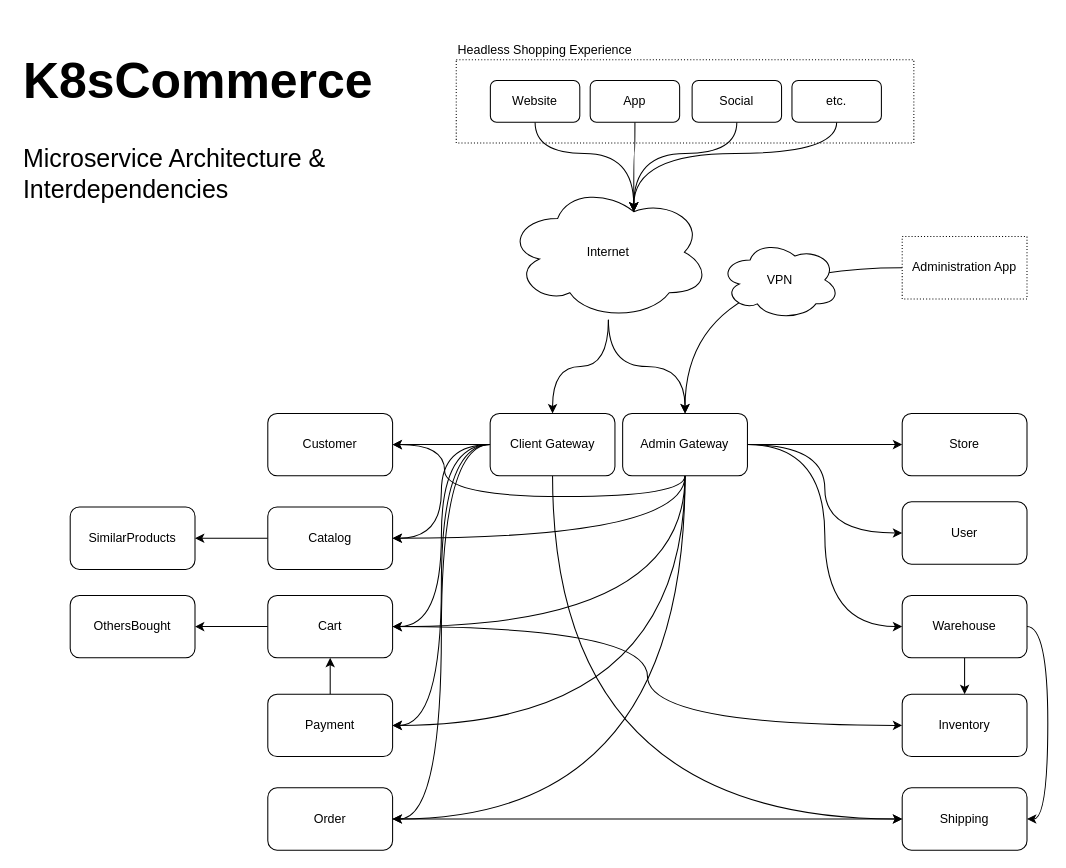
This is docs/K8sCommerce Overview.drawio from k8scommerce/k8scommerce, a draw.io file, before an edit. Source tidied: cells renumbered, new cells numbered last; positions are measured from the earlier drawing's top-left corner, leaving out a move shared by most shapes. Both pictures are drawn from the tidied source at 104%, with x=0, y=0 at pixel (18, 28).
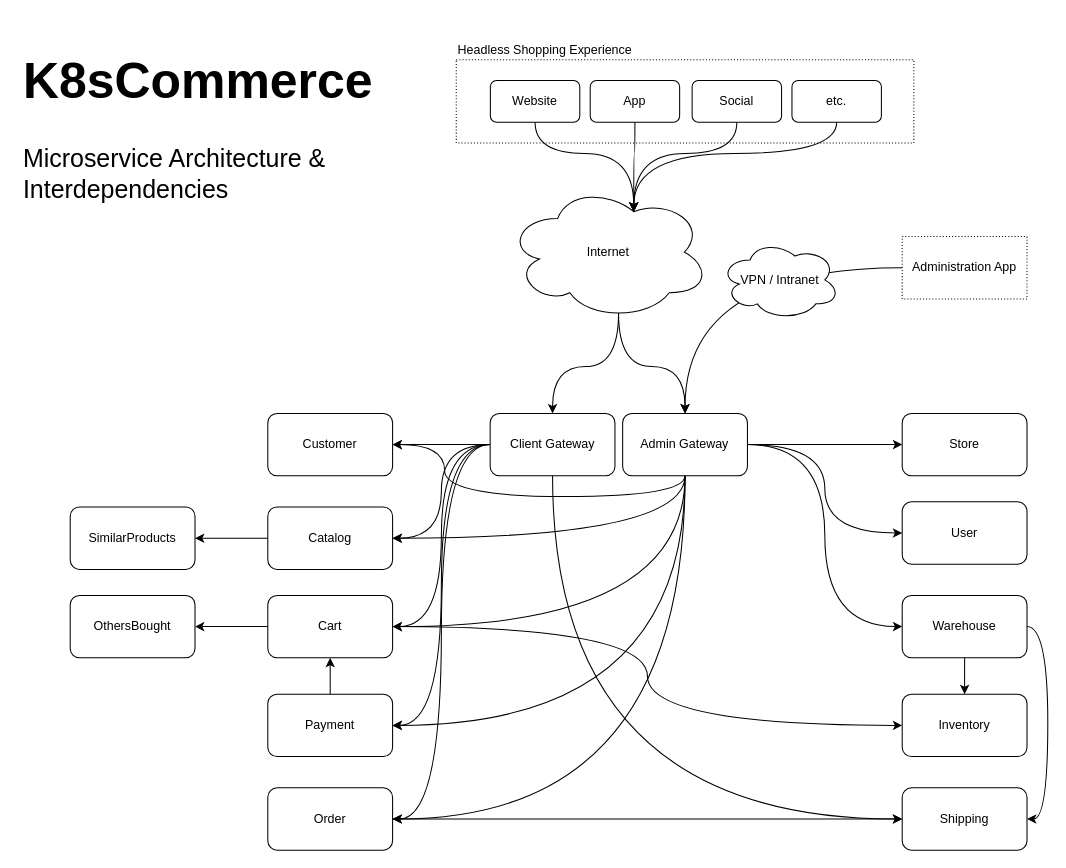
After the change.

The change refers to these unchanged cells:
```xml
<mxCell id="9" value="Client Gateway" style="rounded=1;whiteSpace=wrap;html=1;" parent="1" vertex="1">
  <mxGeometry x="453.8" y="370" width="120" height="60" as="geometry" />
</mxCell>
<mxCell id="12" value="Internet" style="ellipse;shape=cloud;whiteSpace=wrap;html=1;rounded=1;" parent="1" vertex="1">
  <mxGeometry x="470" y="150" width="195" height="130" as="geometry" />
</mxCell>
<mxCell id="21" value="Admin Gateway" style="rounded=1;whiteSpace=wrap;html=1;" parent="1" vertex="1">
  <mxGeometry x="581.2" y="370" width="120" height="60" as="geometry" />
</mxCell>
```

Change to the diagram source:
```diff
@@
-    <mxCell id="10" style="edgeStyle=orthogonalEdgeStyle;jettySize=auto;html=1;rounded=1;curved=1;" parent="1" edge="1" source="12" target="9">
+    <mxCell id="10" style="edgeStyle=orthogonalEdgeStyle;jettySize=auto;html=1;rounded=1;curved=1;exitX=0.55;exitY=0.95;exitDx=0;exitDy=0;exitPerimeter=0;" parent="1" edge="1" source="12" target="9">
       <mxGeometry relative="1" as="geometry" />
     </mxCell>
-    <mxCell id="11" style="edgeStyle=orthogonalEdgeStyle;jettySize=auto;html=1;rounded=1;curved=1;" parent="1" edge="1" source="12" target="21">
+    <mxCell id="11" style="edgeStyle=orthogonalEdgeStyle;jettySize=auto;html=1;rounded=1;curved=1;exitX=0.55;exitY=0.95;exitDx=0;exitDy=0;exitPerimeter=0;" parent="1" edge="1" source="12" target="21">
       <mxGeometry relative="1" as="geometry" />
     </mxCell>
@@
-    <mxCell id="52" value="VPN" style="ellipse;shape=cloud;whiteSpace=wrap;html=1;rounded=1;" parent="1" vertex="1">
+    <mxCell id="52" value="VPN / Intranet" style="ellipse;shape=cloud;whiteSpace=wrap;html=1;rounded=1;" parent="1" vertex="1">
       <mxGeometry x="675" y="203.3" width="115" height="76.7" as="geometry" />
     </mxCell>
```
